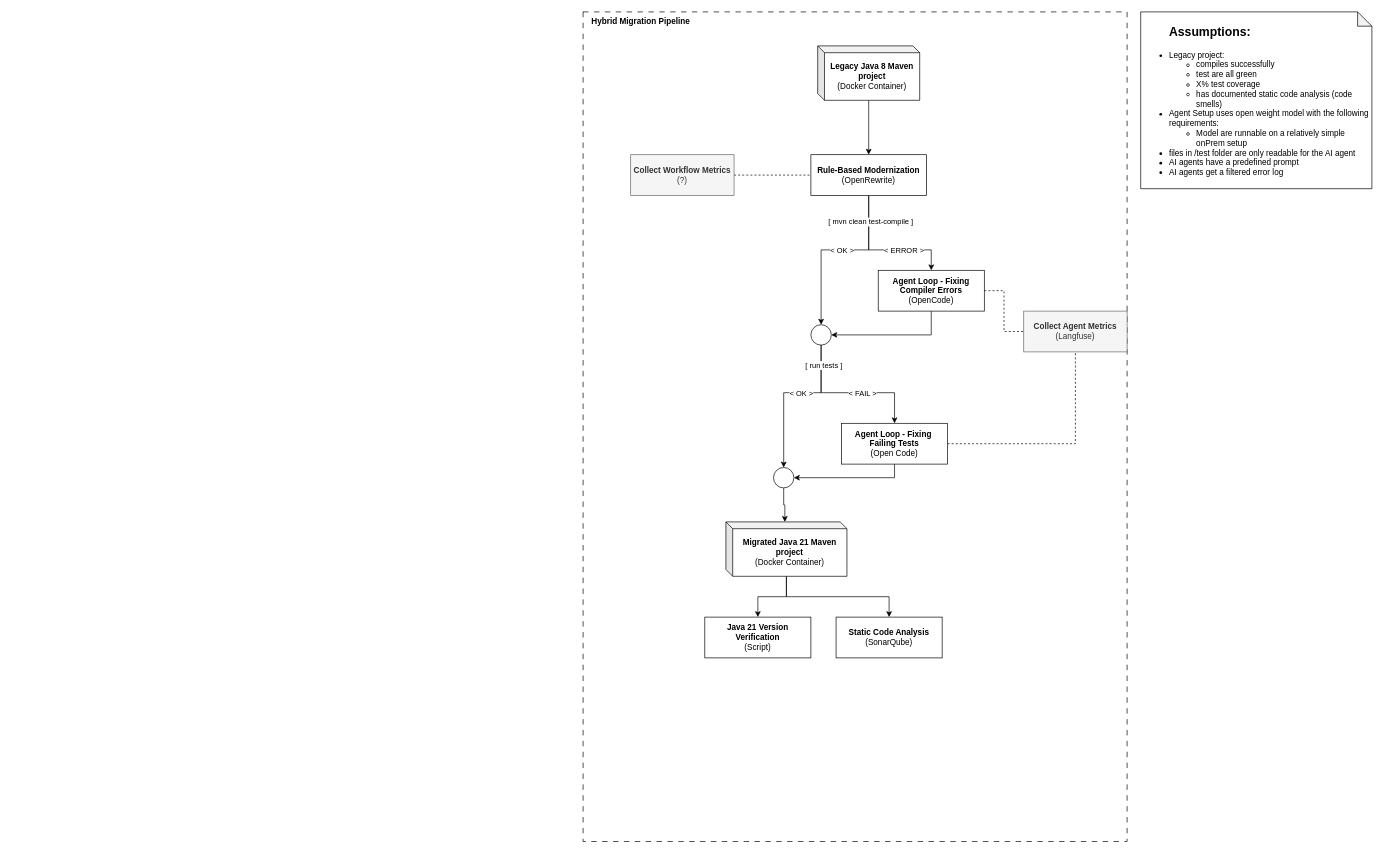
Above: draw-io/migration-workflow.drawio in Adrian-Hansen-dev/master-thesis (draw.io), before the change. Source tidied: cells renumbered, new cells numbered last; positions are measured from the earlier drawing's top-left corner, leaving out a move shared by most shapes. Both pictures are drawn from the tidied source at 68%, with x=0, y=0 at pixel (583, 12).
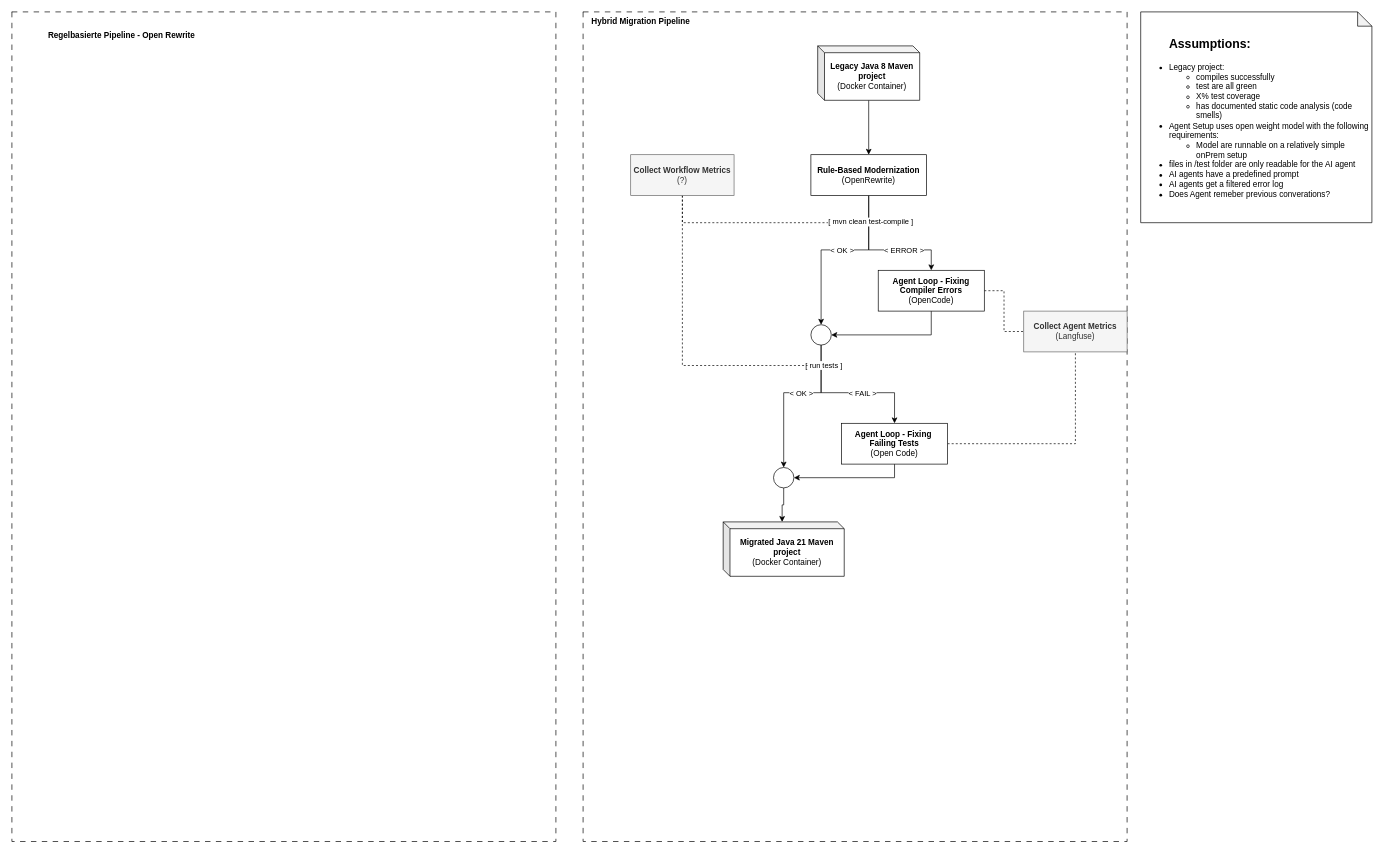
The same diagram, later.

The change refers to these unchanged cells:
```xml
<mxCell id="9" value="&lt;b&gt;Rule-Based Modernization&lt;/b&gt;&lt;div&gt;(OpenRewrite)&lt;/div&gt;" style="whiteSpace=wrap;html=1;rounded=0;" parent="1" vertex="1">
  <mxGeometry x="335" y="210" width="170" height="60" as="geometry" />
</mxCell>
<mxCell id="29" value="&lt;b&gt;Collect Workflow Metrics&lt;/b&gt;&lt;div&gt;(?)&lt;/div&gt;" style="whiteSpace=wrap;html=1;rounded=0;fillColor=#f5f5f5;fontColor=#333333;strokeColor=#666666;" parent="1" vertex="1">
  <mxGeometry x="70" y="210" width="152" height="60" as="geometry" />
</mxCell>
```

Change to the diagram source:
```diff
@@
-    <mxCell id="15" value="&lt;b&gt;Collect Agent Metrics&lt;/b&gt;&lt;div&gt;(Langfuse)&lt;/div&gt;" style="whiteSpace=wrap;html=1;rounded=0;fillColor=#f5f5f5;fontColor=#333333;strokeColor=#666666;" parent="1" vertex="1">
+    <mxCell id="15" value="&lt;b&gt;Collect Agent Metrics&lt;/b&gt;&lt;div&gt;&lt;div&gt;(Langfuse)&lt;/div&gt;&lt;/div&gt;" style="whiteSpace=wrap;html=1;rounded=0;fillColor=#f5f5f5;fontColor=#333333;strokeColor=#666666;" parent="1" vertex="1">
       <mxGeometry x="648" y="440" width="152" height="60" as="geometry" />
     </mxCell>
-    <mxCell id="16" value="&lt;h2 style=&quot;&quot;&gt;&lt;b&gt;&lt;span style=&quot;white-space: pre;&quot;&gt;&#9;&lt;/span&gt;Assumptions:&amp;nbsp;&lt;/b&gt;&lt;/h2&gt;&lt;div&gt;&lt;ul&gt;&lt;li&gt;Legacy project:&lt;/li&gt;&lt;ul&gt;&lt;li&gt;compiles successfully&lt;/li&gt;&lt;li&gt;test are all green&lt;/li&gt;&lt;li&gt;X% test coverage&amp;nbsp;&lt;/li&gt;&lt;li&gt;has documented static code analysis (code smells)&lt;/li&gt;&lt;/ul&gt;&lt;li&gt;Agent Setup uses open weight model with the following requirements:&lt;/li&gt;&lt;ul&gt;&lt;li&gt;Model are runnable on a relatively simple onPrem setup&lt;/li&gt;&lt;/ul&gt;&lt;li&gt;files in /test folder are only readable for the AI agent&lt;/li&gt;&lt;li&gt;AI agents have a predefined prompt&amp;nbsp;&lt;/li&gt;&lt;li&gt;AI agents get a filtered error log&amp;nbsp;&lt;/li&gt;&lt;/ul&gt;&lt;/div&gt;" style="shape=note;whiteSpace=wrap;html=1;backgroundOutline=1;darkOpacity=0.05;size=21;align=left;" parent="1" vertex="1">
-      <mxGeometry x="820" width="340" height="260" as="geometry" />
+    <mxCell id="16" value="&lt;h2 style=&quot;&quot;&gt;&lt;b&gt;&lt;span style=&quot;white-space: pre;&quot;&gt;&#9;&lt;/span&gt;Assumptions:&amp;nbsp;&lt;/b&gt;&lt;/h2&gt;&lt;div&gt;&lt;ul&gt;&lt;li&gt;Legacy project:&lt;/li&gt;&lt;ul&gt;&lt;li&gt;compiles successfully&lt;/li&gt;&lt;li&gt;test are all green&lt;/li&gt;&lt;li&gt;X% test coverage&amp;nbsp;&lt;/li&gt;&lt;li&gt;has documented static code analysis (code smells)&lt;/li&gt;&lt;/ul&gt;&lt;li&gt;Agent Setup uses open weight model with the following requirements:&lt;/li&gt;&lt;ul&gt;&lt;li&gt;Model are runnable on a relatively simple onPrem setup&lt;/li&gt;&lt;/ul&gt;&lt;li&gt;files in /test folder are only readable for the AI agent&lt;/li&gt;&lt;li&gt;AI agents have a predefined prompt&amp;nbsp;&lt;/li&gt;&lt;li&gt;AI agents get a filtered error log&amp;nbsp;&lt;/li&gt;&lt;li&gt;Does Agent remeber previous converations?&amp;nbsp;&lt;/li&gt;&lt;/ul&gt;&lt;/div&gt;" style="shape=note;whiteSpace=wrap;html=1;backgroundOutline=1;darkOpacity=0.05;size=21;align=left;" parent="1" vertex="1">
+      <mxGeometry x="820" width="340" height="310" as="geometry" />
     </mxCell>
@@
-    <mxCell id="28" style="edgeStyle=orthogonalEdgeStyle;rounded=0;jettySize=auto;html=1;entryX=0;entryY=0.5;entryDx=0;entryDy=0;endArrow=none;endFill=0;dashed=1;" parent="1" edge="1" source="29" target="9">
-      <mxGeometry relative="1" as="geometry" />
+    <mxCell id="28" style="edgeStyle=orthogonalEdgeStyle;rounded=0;jettySize=auto;html=1;endArrow=none;endFill=0;dashed=1;" parent="1" edge="1" source="29">
+      <mxGeometry x="-0.45" relative="1" as="geometry">
+        <mxPoint x="360" y="310" as="targetPoint" />
+        <Array as="points">
+          <mxPoint x="146" y="310" />
+        </Array>
+      </mxGeometry>
     </mxCell>
+    <mxCell id="35" style="edgeStyle=orthogonalEdgeStyle;rounded=0;jettySize=auto;html=1;defaultLabelBackgroundColor=page;labelPadding=0 4;exitX=0.5;exitY=1;exitDx=0;exitDy=0;dashed=1;endArrow=none;endFill=0;" parent="1" edge="1" source="29">
+      <mxGeometry relative="1" as="geometry">
+        <mxPoint x="330" y="520" as="targetPoint" />
+        <Array as="points">
+          <mxPoint x="146" y="520" />
+        </Array>
+      </mxGeometry>
+    </mxCell>
@@
-    <mxCell id="30" style="edgeStyle=orthogonalEdgeStyle;rounded=0;jettySize=auto;html=1;" parent="1" edge="1" source="32" target="33">
-      <mxGeometry relative="1" as="geometry" />
-    </mxCell>
-    <mxCell id="31" style="edgeStyle=orthogonalEdgeStyle;rounded=0;jettySize=auto;html=1;" parent="1" edge="1" source="32" target="34">
-      <mxGeometry relative="1" as="geometry" />
-    </mxCell>
     <mxCell id="32" value="&lt;b&gt;Migrated Java 21 Maven project&lt;/b&gt;&lt;div&gt;(Docker Container)&lt;/div&gt;" style="shape=cube;whiteSpace=wrap;html=1;boundedLbl=1;backgroundOutline=1;darkOpacity=0.05;darkOpacity2=0.1;size=10;" parent="1" vertex="1">
-      <mxGeometry x="210" y="750" width="178" height="80" as="geometry" />
+      <mxGeometry x="206" y="750" width="178" height="80" as="geometry" />
     </mxCell>
-    <mxCell id="33" value="&lt;b&gt;Static Code Analysis&lt;/b&gt;&lt;div&gt;(SonarQube)&lt;/div&gt;" style="whiteSpace=wrap;html=1;" parent="1" vertex="1">
-      <mxGeometry x="372" y="890" width="156" height="60" as="geometry" />
-    </mxCell>
-    <mxCell id="34" value="&lt;div&gt;&lt;b&gt;Java 21 Version Verification&lt;/b&gt;&lt;/div&gt;&lt;div&gt;(Script)&lt;/div&gt;" style="whiteSpace=wrap;html=1;" parent="1" vertex="1">
-      <mxGeometry x="179" y="890" width="156" height="60" as="geometry" />
-    </mxCell>
+    <mxCell id="36" style="rounded=0;whiteSpace=wrap;html=1;fillColor=none;dashed=1;dashPattern=8 8;" parent="1" vertex="1">
+      <mxGeometry x="-840" width="800" height="1220" as="geometry" />
+    </mxCell>
+    <mxCell id="37" value="&lt;b&gt;Regelbasierte Pipeline - Open Rewrite&lt;/b&gt;" style="text;html=1;whiteSpace=wrap;strokeColor=none;fillColor=none;align=center;verticalAlign=middle;rounded=0;" parent="1" vertex="1">
+      <mxGeometry x="-807" y="20" width="257" height="30" as="geometry" />
+    </mxCell>
```
